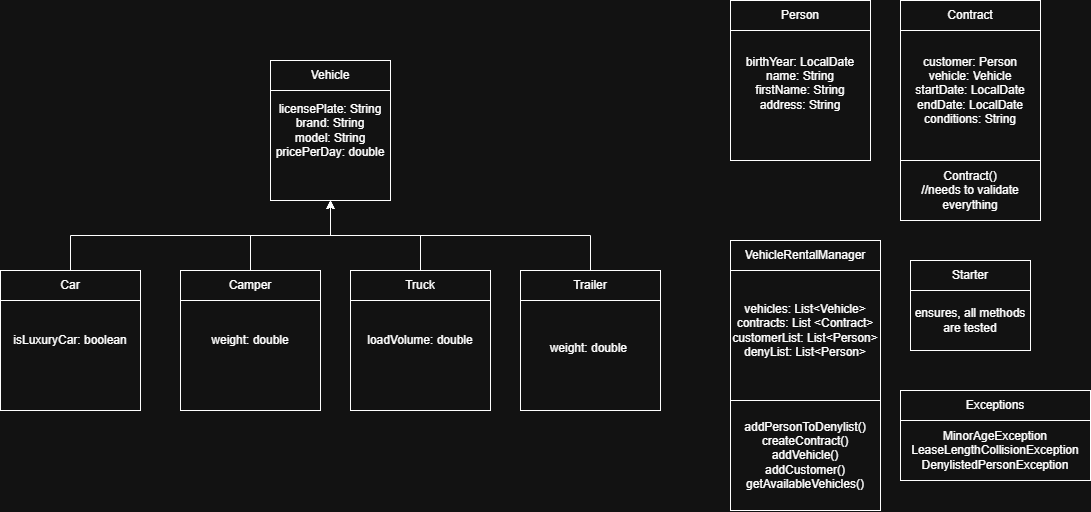
ny-noe-e/BLJ2025_vehicle-rental_Noe-Julian keeps this draw.io diagram as uml/UML_Project_carRenting.drawio.png. Above is the earlier version. Source tidied: cells renumbered, new cells last; positions are measured from the earlier drawing's top-left corner, leaving out a move shared by most shapes.
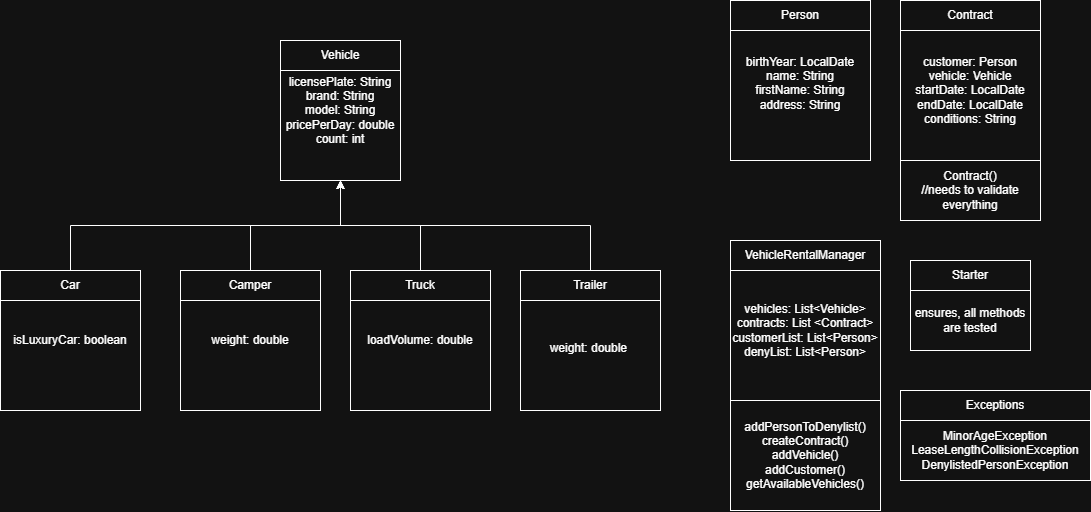
After the commit.

What changed in the source:
```diff
@@ -3,9 +3,9 @@
     <mxCell id="0" />
     <mxCell id="1" parent="0" />
     <mxCell id="2" style="group;" parent="1" vertex="1">
-      <mxGeometry x="270" y="60" width="120" height="180" as="geometry" />
+      <mxGeometry x="280" y="40" width="120" height="180" as="geometry" />
     </mxCell>
-    <mxCell id="3" value="licensePlate: String&lt;div&gt;brand: String&lt;/div&gt;&lt;div&gt;model: String&lt;/div&gt;&lt;div&gt;pricePerDay: double&lt;/div&gt;" style="rounded=0;whiteSpace=wrap;html=1;" parent="2" vertex="1">
+    <mxCell id="3" value="licensePlate: String&lt;div&gt;brand: String&lt;/div&gt;&lt;div&gt;model: String&lt;/div&gt;&lt;div&gt;pricePerDay: double&lt;/div&gt;&lt;div&gt;count: int&lt;/div&gt;" style="rounded=0;whiteSpace=wrap;html=1;" parent="2" vertex="1">
       <mxGeometry width="120" height="140" as="geometry" />
     </mxCell>
     <mxCell id="4" value="Vehicle" style="rounded=0;whiteSpace=wrap;html=1;" parent="2" vertex="1">
```
